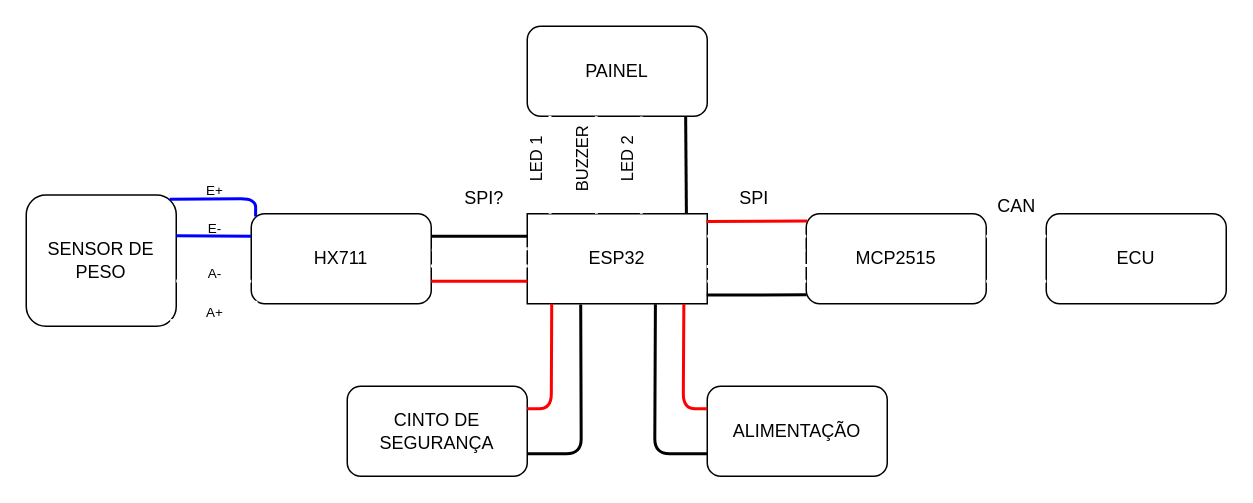
Before: Documentation/modelagem.drawio in jeanmira/Integrador-II, a draw.io diagram. Source tidied: cells renumbered, new cells numbered last; positions are measured from the earlier drawing's top-left corner, leaving out a move shared by most shapes. Both pictures are drawn from the tidied source at 150%, with x=0, y=0 at pixel (26, 26).
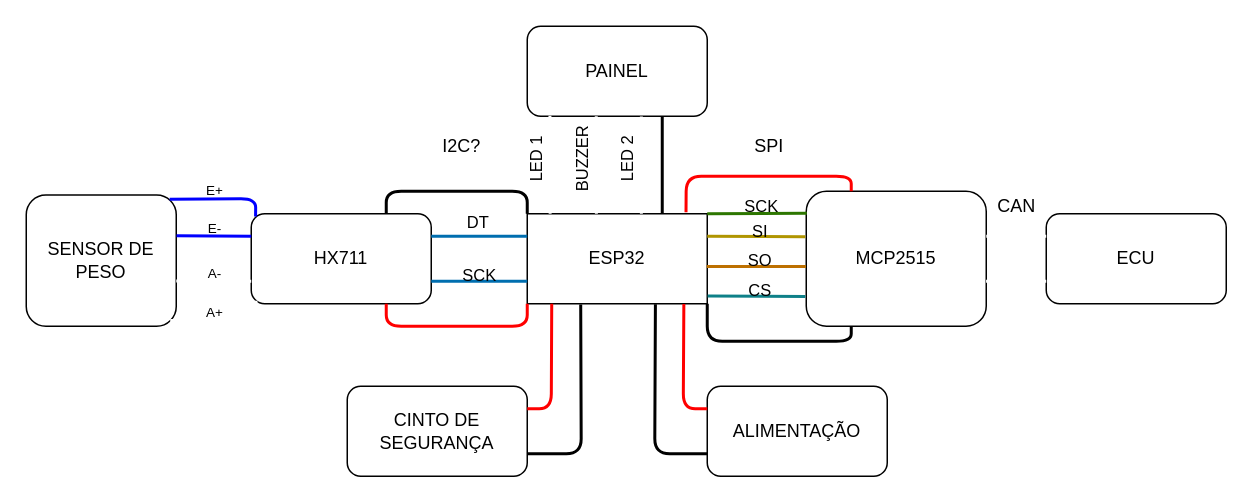
Above is the later version.

Commit message:
Arrumei o desenho da modelagem

Unchanged cells that the change refers to:
```xml
<mxCell id="3" value="ESP32" style="rounded=0;whiteSpace=wrap;html=1;" parent="2" vertex="1">
  <mxGeometry x="334" y="125" width="120" height="60" as="geometry" />
</mxCell>
<mxCell id="10" value="ECU" style="rounded=1;whiteSpace=wrap;html=1;" parent="2" vertex="1">
  <mxGeometry x="680" y="125" width="120" height="60" as="geometry" />
</mxCell>
<mxCell id="14" value="PAINEL" style="rounded=1;whiteSpace=wrap;html=1;" parent="2" vertex="1">
  <mxGeometry x="334" width="120" height="60" as="geometry" />
</mxCell>
<mxCell id="15" value="HX711" style="rounded=1;whiteSpace=wrap;html=1;" parent="2" vertex="1">
  <mxGeometry x="150" y="125" width="120" height="60" as="geometry" />
</mxCell>
```

The edit, as a diff of the source:
```diff
@@
-    <mxCell id="1" parent="0" />
@@
     <mxCell id="4" value="MCP2515" style="rounded=1;whiteSpace=wrap;html=1;" parent="2" vertex="1">
-      <mxGeometry x="520" y="125" width="120" height="60" as="geometry" />
+      <mxGeometry x="520" y="110" width="120" height="90" as="geometry" />
     </mxCell>
-    <mxCell id="5" style="endArrow=none;html=1;exitX=1;exitY=0.25;exitDx=0;exitDy=0;strokeColor=#FFFFFF;strokeWidth=2;" parent="2" edge="1" source="3">
-      <mxGeometry relative="1" as="geometry">
-        <mxPoint x="520" y="140" as="targetPoint" />
-      </mxGeometry>
-    </mxCell>
-    <mxCell id="6" style="endArrow=none;html=1;entryX=-0.005;entryY=0.408;entryDx=0;entryDy=0;exitX=1.005;exitY=0.411;exitDx=0;exitDy=0;entryPerimeter=0;exitPerimeter=0;strokeColor=#FFFFFF;strokeWidth=2;" parent="2" edge="1" source="3" target="4">
+    <mxCell id="6" style="endArrow=none;html=1;entryX=-0.005;entryY=0.337;entryDx=0;entryDy=0;exitX=1;exitY=0.25;exitDx=0;exitDy=0;entryPerimeter=0;strokeColor=#B09500;strokeWidth=2;fillColor=#e3c800;" parent="2" edge="1" source="3" target="4">
       <mxGeometry relative="1" as="geometry" />
     </mxCell>
+    <mxCell id="45" value="SI" style="edgeLabel;html=1;align=center;verticalAlign=middle;labelBackgroundColor=none;" parent="6" vertex="1">
+      <mxGeometry x="-0.32" relative="1" as="geometry">
+        <mxPoint x="13" y="-4" as="offset" />
+      </mxGeometry>
+    </mxCell>
-    <mxCell id="7" style="endArrow=none;html=1;entryX=0.005;entryY=0.575;entryDx=0;entryDy=0;exitX=0.997;exitY=0.587;exitDx=0;exitDy=0;entryPerimeter=0;exitPerimeter=0;strokeColor=#FFFFFF;strokeWidth=2;" parent="2" edge="1" source="3" target="4">
+    <mxCell id="7" style="endArrow=none;html=1;entryX=-0.002;entryY=0.558;entryDx=0;entryDy=0;exitX=0.997;exitY=0.587;exitDx=0;exitDy=0;entryPerimeter=0;exitPerimeter=0;strokeColor=#BD7000;strokeWidth=2;fillColor=#f0a30a;" parent="2" edge="1" source="3" target="4">
       <mxGeometry relative="1" as="geometry" />
     </mxCell>
+    <mxCell id="46" value="SO" style="edgeLabel;html=1;align=center;verticalAlign=middle;labelBackgroundColor=none;" parent="7" vertex="1">
+      <mxGeometry x="-0.21" y="-1" relative="1" as="geometry">
+        <mxPoint x="9" y="-6" as="offset" />
+      </mxGeometry>
+    </mxCell>
-    <mxCell id="8" style="endArrow=none;html=1;entryX=0;entryY=0.75;entryDx=0;entryDy=0;exitX=1;exitY=0.75;exitDx=0;exitDy=0;strokeColor=#FFFFFF;strokeWidth=2;" parent="2" edge="1" source="3" target="4">
+    <mxCell id="8" style="endArrow=none;html=1;entryX=-0.005;entryY=0.779;entryDx=0;entryDy=0;exitX=1.002;exitY=0.913;exitDx=0;exitDy=0;strokeColor=#0e8088;strokeWidth=2;exitPerimeter=0;entryPerimeter=0;fillColor=#b0e3e6;" parent="2" edge="1" source="3" target="4">
       <mxGeometry relative="1" as="geometry" />
     </mxCell>
+    <mxCell id="47" value="CS" style="edgeLabel;html=1;align=center;verticalAlign=middle;labelBackgroundColor=none;" parent="8" vertex="1">
+      <mxGeometry x="-0.19" y="-1" relative="1" as="geometry">
+        <mxPoint x="8" y="-5" as="offset" />
+      </mxGeometry>
+    </mxCell>
     <mxCell id="9" value="SPI" style="text;html=1;align=center;verticalAlign=middle;strokeColor=none;fillColor=none;" parent="2" vertex="1">
-      <mxGeometry x="470" y="105" width="30" height="20" as="geometry" />
+      <mxGeometry x="480" y="70" width="30" height="20" as="geometry" />
     </mxCell>
@@
-    <mxCell id="11" style="endArrow=none;html=1;entryX=1;entryY=0.25;entryDx=0;entryDy=0;exitX=0;exitY=0.25;exitDx=0;exitDy=0;strokeColor=#FFFFFF;strokeWidth=2;" parent="2" edge="1" source="10" target="4">
-      <mxGeometry relative="1" as="geometry" />
+    <mxCell id="11" style="endArrow=none;html=1;exitX=0;exitY=0.25;exitDx=0;exitDy=0;strokeColor=#FFFFFF;strokeWidth=2;" parent="2" edge="1" source="10">
+      <mxGeometry relative="1" as="geometry">
+        <mxPoint x="640" y="140" as="targetPoint" />
+      </mxGeometry>
     </mxCell>
-    <mxCell id="12" style="endArrow=none;html=1;entryX=0;entryY=0.75;entryDx=0;entryDy=0;exitX=1;exitY=0.75;exitDx=0;exitDy=0;strokeColor=#FFFFFF;strokeWidth=2;" parent="2" edge="1" source="4" target="10">
+    <mxCell id="12" style="endArrow=none;html=1;entryX=0;entryY=0.75;entryDx=0;entryDy=0;exitX=0.999;exitY=0.666;exitDx=0;exitDy=0;strokeColor=#FFFFFF;strokeWidth=2;exitPerimeter=0;" parent="2" edge="1" source="4" target="10">
       <mxGeometry relative="1" as="geometry" />
     </mxCell>
@@
-    <mxCell id="16" style="endArrow=none;html=1;entryX=0;entryY=0.25;entryDx=0;entryDy=0;exitX=1;exitY=0.25;exitDx=0;exitDy=0;strokeWidth=2;strokeColor=#000000;" parent="2" edge="1" source="15" target="3">
-      <mxGeometry relative="1" as="geometry" />
+    <mxCell id="16" style="endArrow=none;html=1;entryX=0;entryY=0;entryDx=0;entryDy=0;strokeWidth=2;strokeColor=#000000;exitX=0.75;exitY=0;exitDx=0;exitDy=0;" parent="2" edge="1" source="15" target="3">
+      <mxGeometry relative="1" as="geometry">
+        <Array as="points">
+          <mxPoint x="240" y="110" />
+          <mxPoint x="334" y="110" />
+        </Array>
+      </mxGeometry>
     </mxCell>
-    <mxCell id="17" style="endArrow=none;html=1;entryX=0.003;entryY=0.39;entryDx=0;entryDy=0;exitX=1.003;exitY=0.405;exitDx=0;exitDy=0;entryPerimeter=0;exitPerimeter=0;strokeColor=#FFFFFF;strokeWidth=2;" parent="2" edge="1" source="15" target="3">
-      <mxGeometry relative="1" as="geometry" />
+    <mxCell id="17" style="endArrow=none;html=1;entryX=0;entryY=0.25;entryDx=0;entryDy=0;strokeColor=#006EAF;strokeWidth=2;fillColor=#1ba1e2;" parent="2" edge="1" target="3">
+      <mxGeometry relative="1" as="geometry">
+        <mxPoint x="270" y="140" as="sourcePoint" />
+      </mxGeometry>
     </mxCell>
+    <mxCell id="48" value="DT" style="edgeLabel;html=1;align=center;verticalAlign=middle;labelBackgroundColor=none;" parent="17" vertex="1">
+      <mxGeometry x="-0.25" y="-2" relative="1" as="geometry">
+        <mxPoint x="6" y="-12" as="offset" />
+      </mxGeometry>
+    </mxCell>
-    <mxCell id="18" style="endArrow=none;html=1;exitX=0.998;exitY=0.581;exitDx=0;exitDy=0;entryX=0.003;entryY=0.581;entryDx=0;entryDy=0;entryPerimeter=0;exitPerimeter=0;strokeColor=#FFFFFF;strokeWidth=2;" parent="2" edge="1" source="15" target="3">
+    <mxCell id="18" style="endArrow=none;html=1;exitX=1;exitY=0.75;exitDx=0;exitDy=0;entryX=0;entryY=0.75;entryDx=0;entryDy=0;strokeColor=#006EAF;strokeWidth=2;fillColor=#1ba1e2;" parent="2" edge="1" source="15" target="3">
       <mxGeometry relative="1" as="geometry" />
     </mxCell>
+    <mxCell id="49" value="SCK" style="edgeLabel;html=1;align=center;verticalAlign=middle;labelBackgroundColor=none;" parent="18" vertex="1">
+      <mxGeometry x="-0.2" relative="1" as="geometry">
+        <mxPoint x="5" y="-5" as="offset" />
+      </mxGeometry>
+    </mxCell>
-    <mxCell id="19" style="endArrow=none;html=1;exitX=1;exitY=0.75;exitDx=0;exitDy=0;entryX=0;entryY=0.75;entryDx=0;entryDy=0;strokeColor=#FF0000;strokeWidth=2;" parent="2" edge="1" source="15" target="3">
-      <mxGeometry relative="1" as="geometry" />
+    <mxCell id="19" style="endArrow=none;html=1;entryX=0;entryY=1;entryDx=0;entryDy=0;strokeColor=#FF0000;strokeWidth=2;exitX=0.75;exitY=1;exitDx=0;exitDy=0;" parent="2" edge="1" source="15" target="3">
+      <mxGeometry relative="1" as="geometry">
+        <Array as="points">
+          <mxPoint x="240" y="200" />
+          <mxPoint x="334" y="200" />
+        </Array>
+      </mxGeometry>
     </mxCell>
-    <mxCell id="20" value="SPI?" style="text;html=1;align=center;verticalAlign=middle;strokeColor=none;fillColor=none;" parent="2" vertex="1">
-      <mxGeometry x="285" y="105" width="40" height="20" as="geometry" />
+    <mxCell id="20" value="I2C?" style="text;html=1;align=center;verticalAlign=middle;strokeColor=none;fillColor=none;" parent="2" vertex="1">
+      <mxGeometry x="270" y="70" width="40" height="20" as="geometry" />
     </mxCell>
@@
-    <mxCell id="27" style="endArrow=none;html=1;strokeColor=#000000;strokeWidth=2;exitX=0.997;exitY=0.902;exitDx=0;exitDy=0;exitPerimeter=0;entryX=0.002;entryY=0.901;entryDx=0;entryDy=0;entryPerimeter=0;" parent="2" edge="1" source="3" target="4">
-      <mxGeometry relative="1" as="geometry" />
+    <mxCell id="27" style="endArrow=none;html=1;strokeColor=#000000;strokeWidth=2;exitX=1;exitY=1;exitDx=0;exitDy=0;entryX=0.25;entryY=1;entryDx=0;entryDy=0;" parent="2" edge="1" source="3" target="4">
+      <mxGeometry relative="1" as="geometry">
+        <Array as="points">
+          <mxPoint x="454" y="210" />
+          <mxPoint x="550" y="210" />
+        </Array>
+      </mxGeometry>
     </mxCell>
-    <mxCell id="28" style="endArrow=none;html=1;strokeColor=#FF0000;strokeWidth=2;exitX=0.995;exitY=0.086;exitDx=0;exitDy=0;exitPerimeter=0;entryX=0.005;entryY=0.081;entryDx=0;entryDy=0;entryPerimeter=0;" parent="2" edge="1" source="3" target="4">
-      <mxGeometry relative="1" as="geometry" />
+    <mxCell id="28" style="endArrow=none;html=1;strokeColor=#FF0000;strokeWidth=2;exitX=0.882;exitY=-0.016;exitDx=0;exitDy=0;entryX=0.25;entryY=0;entryDx=0;entryDy=0;exitPerimeter=0;" parent="2" edge="1" source="3" target="4">
+      <mxGeometry relative="1" as="geometry">
+        <Array as="points">
+          <mxPoint x="440" y="100" />
+          <mxPoint x="550" y="100" />
+        </Array>
+      </mxGeometry>
     </mxCell>
@@
-    <mxCell id="38" style="endArrow=none;html=1;exitX=0.127;exitY=-0.001;exitDx=0;exitDy=0;strokeColor=#000000;strokeWidth=2;entryX=0.88;entryY=1.006;entryDx=0;entryDy=0;entryPerimeter=0;exitPerimeter=0;" parent="2" edge="1" target="14">
-      <mxGeometry relative="1" as="geometry">
-        <mxPoint x="440.1" y="125" as="sourcePoint" />
-      </mxGeometry>
+    <mxCell id="38" style="endArrow=none;html=1;exitX=0.75;exitY=0;exitDx=0;exitDy=0;strokeColor=#000000;strokeWidth=2;entryX=0.75;entryY=1;entryDx=0;entryDy=0;" parent="2" edge="1" source="3" target="14">
+      <mxGeometry relative="1" as="geometry" />
     </mxCell>
@@
+    <mxCell id="50" style="endArrow=none;html=1;strokeColor=#2D7600;strokeWidth=2;exitX=1;exitY=0;exitDx=0;exitDy=0;entryX=0.003;entryY=0.163;entryDx=0;entryDy=0;entryPerimeter=0;fillColor=#60a917;" parent="2" edge="1" source="3" target="4">
+      <mxGeometry relative="1" as="geometry" />
+    </mxCell>
+    <mxCell id="51" value="SCK" style="edgeLabel;html=1;align=center;verticalAlign=middle;labelBackgroundColor=none;" parent="50" vertex="1">
+      <mxGeometry x="-0.16" relative="1" as="geometry">
+        <mxPoint x="8" y="-5" as="offset" />
+      </mxGeometry>
+    </mxCell>
```
